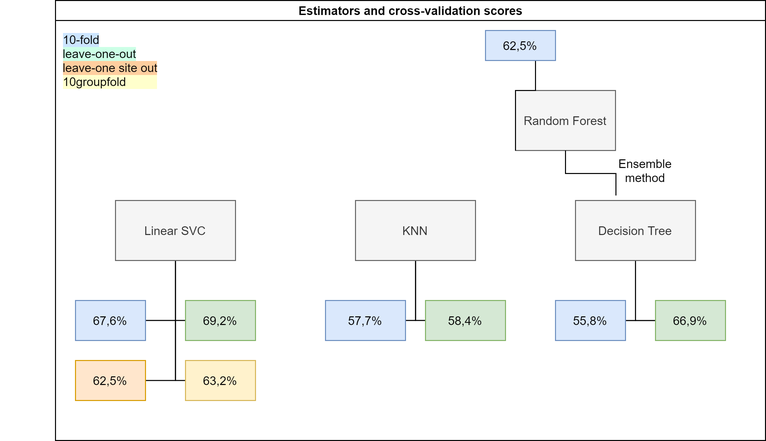
brainhack-school2020/abide-fmri keeps this draw.io diagram as graphics/result_cv.png. Above is the earlier version. Source tidied: cells renumbered, new cells last; positions are measured from the earlier drawing's top-left corner, leaving out a move shared by most shapes.
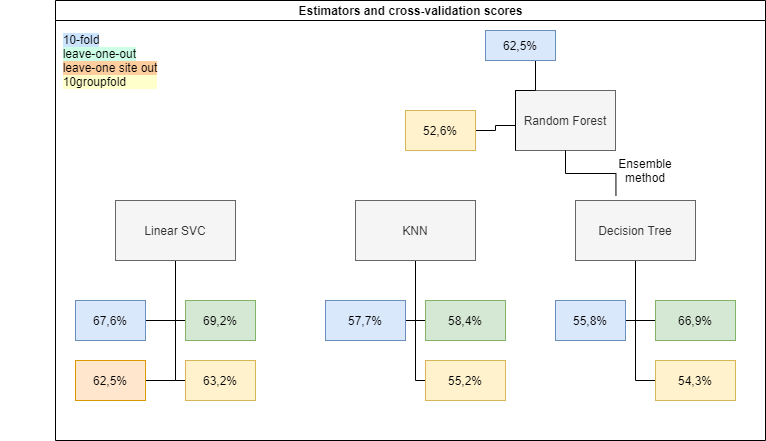
The same diagram one commit later.

Commit message:
added Emily's CV results!

What changed in the source:
```diff
@@ -51,7 +51,7 @@
       <mxGeometry x="500" y="300" width="70" height="40" as="geometry" />
     </mxCell>
     <mxCell id="14" value="66,9%" style="whiteSpace=wrap;html=1;align=center;verticalAlign=middle;fillColor=#d5e8d4;strokeColor=#82b366;" parent="2" vertex="1">
-      <mxGeometry x="600" y="300" width="70" height="40" as="geometry" />
+      <mxGeometry x="600" y="300" width="80" height="40" as="geometry" />
     </mxCell>
     <mxCell id="15" style="edgeStyle=orthogonalEdgeStyle;startArrow=none;endArrow=none;rounded=0;targetPortConstraint=eastwest;sourcePortConstraint=northsouth;" parent="2" edge="1" target="17">
       <mxGeometry relative="1" as="geometry">
@@ -104,6 +104,30 @@
     <mxCell id="28" value="&lt;div style=&quot;text-align: justify&quot;&gt;&lt;span style=&quot;background-color: rgb(204 , 229 , 255)&quot;&gt;10-fold&lt;/span&gt;&lt;/div&gt;&lt;div style=&quot;text-align: justify&quot;&gt;&lt;span style=&quot;background-color: rgb(204 , 255 , 230)&quot;&gt;leave-one-out&lt;/span&gt;&lt;/div&gt;&lt;div style=&quot;text-align: justify&quot;&gt;&lt;span style=&quot;background-color: rgb(255 , 206 , 159)&quot;&gt;leave-one site out&lt;/span&gt;&lt;/div&gt;&lt;font&gt;&lt;div style=&quot;text-align: justify ; background-color: rgb(255 , 255 , 204)&quot;&gt;10groupfold&lt;/div&gt;&lt;/font&gt;" style="text;html=1;strokeColor=none;fillColor=none;align=center;verticalAlign=middle;whiteSpace=wrap;rounded=0;" parent="2" vertex="1">
       <mxGeometry x="-55" y="50" width="220" height="20" as="geometry" />
     </mxCell>
+    <mxCell id="32" style="edgeStyle=orthogonalEdgeStyle;startArrow=none;endArrow=none;rounded=0;targetPortConstraint=eastwest;sourcePortConstraint=northsouth;" parent="2" edge="1" target="33">
+      <mxGeometry relative="1" as="geometry">
+        <mxPoint x="360" y="320" as="sourcePoint" />
+      </mxGeometry>
+    </mxCell>
+    <mxCell id="33" value="55,2%" style="whiteSpace=wrap;html=1;align=center;verticalAlign=middle;fillColor=#fff2cc;strokeColor=#d6b656;" parent="2" vertex="1">
+      <mxGeometry x="370" y="360" width="80" height="40" as="geometry" />
+    </mxCell>
+    <mxCell id="34" style="edgeStyle=orthogonalEdgeStyle;startArrow=none;endArrow=none;rounded=0;targetPortConstraint=eastwest;sourcePortConstraint=northsouth;" parent="2" edge="1" target="35">
+      <mxGeometry relative="1" as="geometry">
+        <mxPoint x="580" y="320" as="sourcePoint" />
+      </mxGeometry>
+    </mxCell>
+    <mxCell id="35" value="54,3%" style="whiteSpace=wrap;html=1;align=center;verticalAlign=middle;fillColor=#fff2cc;strokeColor=#d6b656;" parent="2" vertex="1">
+      <mxGeometry x="600" y="360" width="80" height="40" as="geometry" />
+    </mxCell>
+    <mxCell id="36" style="edgeStyle=orthogonalEdgeStyle;startArrow=none;endArrow=none;rounded=0;targetPortConstraint=eastwest;sourcePortConstraint=northsouth;" parent="2" edge="1" target="37">
+      <mxGeometry relative="1" as="geometry">
+        <mxPoint x="460" y="125" as="sourcePoint" />
+      </mxGeometry>
+    </mxCell>
+    <mxCell id="37" value="52,6%" style="whiteSpace=wrap;html=1;align=center;verticalAlign=middle;fillColor=#fff2cc;strokeColor=#d6b656;" parent="2" vertex="1">
+      <mxGeometry x="350" y="110" width="70" height="40" as="geometry" />
+    </mxCell>
     <mxCell id="29" style="verticalLabelPosition=bottom;verticalAlign=top;html=1;shape=mxgraph.basic.patternFillRect;fillStyle=diagRev;step=5;fillStrokeWidth=0.2;fillStrokeColor=#dddddd;" parent="1" vertex="1">
       <mxGeometry x="355" y="200" width="120" height="60" as="geometry" />
     </mxCell>
```
